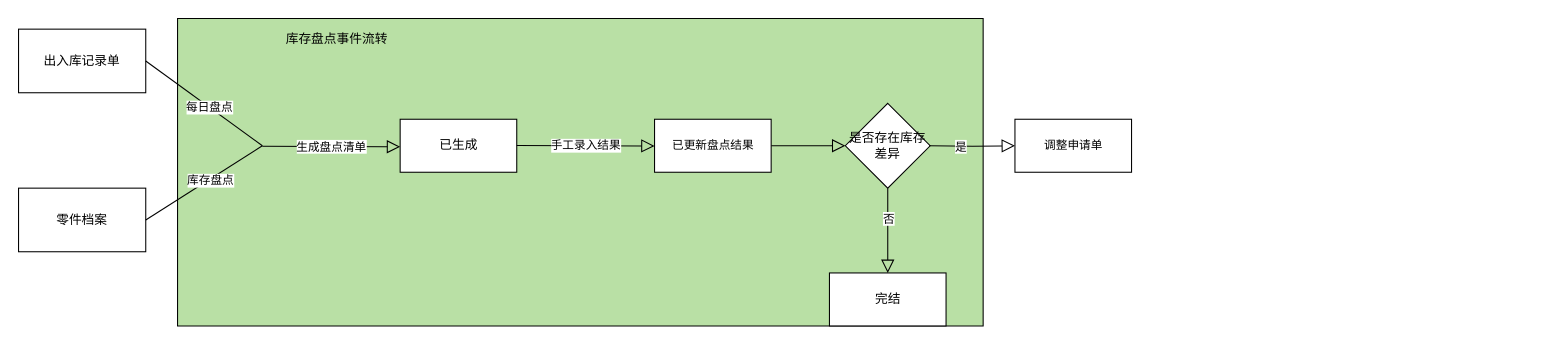
Earlier version of the draw.io diagram page "库存盘点事件设计" (4 of 4) of 库存管理-库存盘点.drawio (1132489442/gitRepository1). Source tidied: cells renumbered, new cells numbered last; positions are measured from the earlier drawing's top-left corner, leaving out a move shared by most shapes. Both pictures are drawn from the tidied source at 106%, with x=0, y=0 at pixel (18, 18).
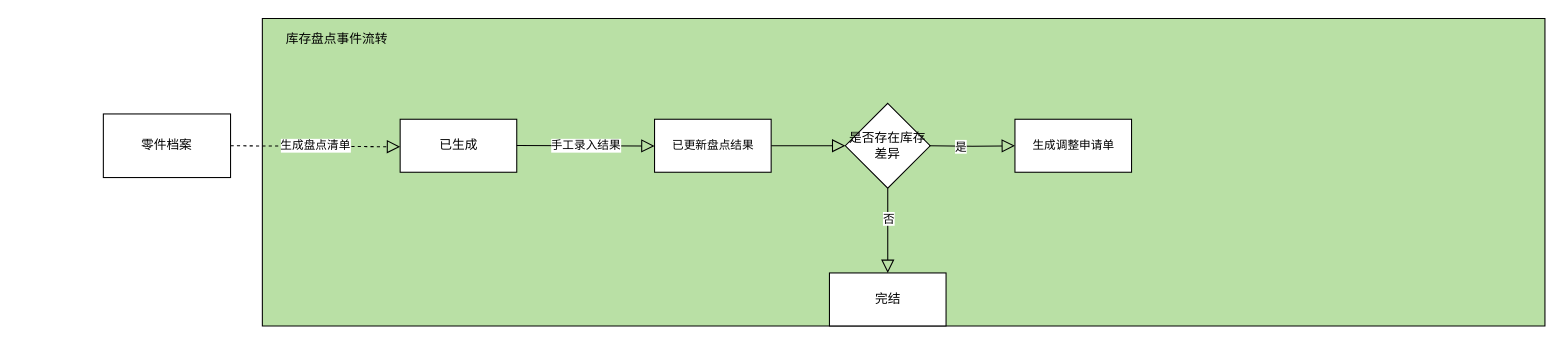
The same page after the edit.

The edit, as a diff of the source:
```diff
@@
     <mxCell id="2" style="verticalLabelPosition=bottom;verticalAlign=top;html=1;shape=mxgraph.basic.rect;fillColor2=none;strokeWidth=1;size=20;indent=5;fillColor=#B9E0A5;" parent="1" vertex="1">
-      <mxGeometry x="150" width="760" height="290" as="geometry" />
+      <mxGeometry x="230" width="1210" height="290" as="geometry" />
     </mxCell>
@@
-    <mxCell id="4" value="生成盘点清单" style="endArrow=block;endSize=10;endFill=0;html=1;rounded=0;" parent="1" edge="1">
+    <mxCell id="4" value="生成盘点清单" style="endArrow=block;endSize=10;endFill=0;html=1;rounded=0;exitX=1;exitY=0.5;exitDx=0;exitDy=0;dashed=1;" parent="1" edge="1" source="9">
       <mxGeometry relative="1" as="geometry">
-        <mxPoint x="230" y="120.5" as="sourcePoint" />
         <mxPoint x="360" y="121" as="targetPoint" />
       </mxGeometry>
     </mxCell>
@@
     <mxCell id="9" value="零件档案" style="rounded=0;whiteSpace=wrap;html=1;" parent="1" vertex="1">
-      <mxGeometry y="160" width="120" height="60" as="geometry" />
+      <mxGeometry x="80" y="90" width="120" height="60" as="geometry" />
     </mxCell>
-    <mxCell id="10" value="出入库记录单" style="rounded=0;whiteSpace=wrap;html=1;" parent="1" vertex="1">
-      <mxGeometry y="10" width="120" height="60" as="geometry" />
-    </mxCell>
-    <mxCell id="11" style="endArrow=none;html=1;rounded=0;exitX=1;exitY=0.5;exitDx=0;exitDy=0;" parent="1" edge="1" source="10">
-      <mxGeometry relative="1" as="geometry">
-        <mxPoint x="230" y="120" as="targetPoint" />
-      </mxGeometry>
-    </mxCell>
-    <mxCell id="12" value="每日盘点" style="edgeLabel;html=1;align=center;verticalAlign=middle;" parent="11" vertex="1">
-      <mxGeometry x="-0.25" relative="1" as="geometry">
-        <mxPoint x="18" y="14" as="offset" />
-      </mxGeometry>
-    </mxCell>
-    <mxCell id="13" style="endArrow=none;html=1;rounded=0;entryX=1;entryY=0.5;entryDx=0;entryDy=0;" parent="1" edge="1" target="9">
-      <mxGeometry relative="1" as="geometry">
-        <mxPoint x="230" y="120" as="sourcePoint" />
-      </mxGeometry>
-    </mxCell>
-    <mxCell id="14" value="库存盘点" style="edgeLabel;html=1;align=center;verticalAlign=middle;" parent="13" vertex="1">
-      <mxGeometry x="-0.27" y="1" relative="1" as="geometry">
-        <mxPoint x="-10" y="6" as="offset" />
-      </mxGeometry>
-    </mxCell>
@@
-    <mxCell id="16" value="&lt;span style=&quot;font-size: 11px ; background-color: rgb(255 , 255 , 255)&quot;&gt;调整申请单&lt;/span&gt;" style="html=1;fillColor=#FFFFFF;" parent="1" vertex="1">
+    <mxCell id="16" value="&lt;span style=&quot;font-size: 11px ; background-color: rgb(255 , 255 , 255)&quot;&gt;生成调整申请单&lt;br&gt;&lt;/span&gt;" style="html=1;fillColor=#FFFFFF;" parent="1" vertex="1">
       <mxGeometry x="940" y="95" width="110" height="50" as="geometry" />
     </mxCell>
```
